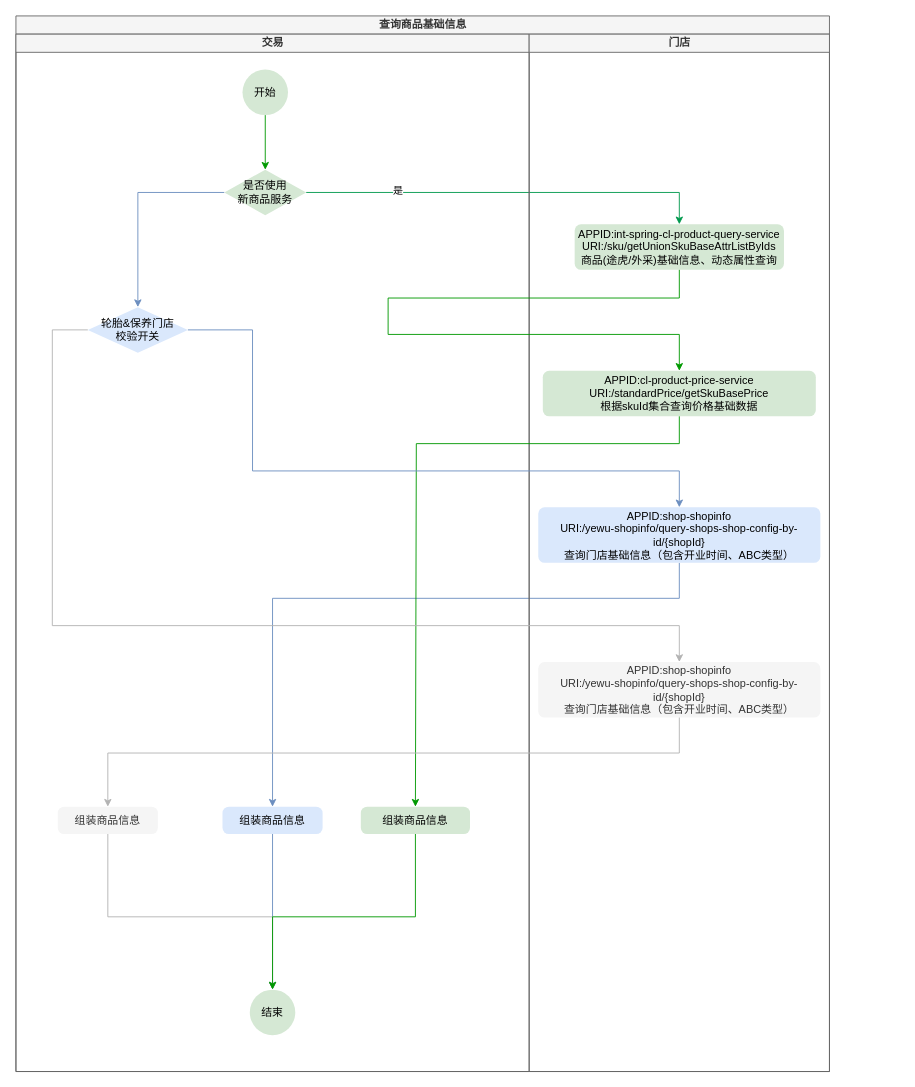
Earlier version of the draw.io diagram ProductInfo.drawio (tmdrk/springboot-brief). Source tidied: cells renumbered, new cells numbered last; positions are measured from the earlier drawing's top-left corner, leaving out a move shared by most shapes. Both pictures are drawn from the tidied source at 91%, with x=0, y=0 at pixel (15, 15).
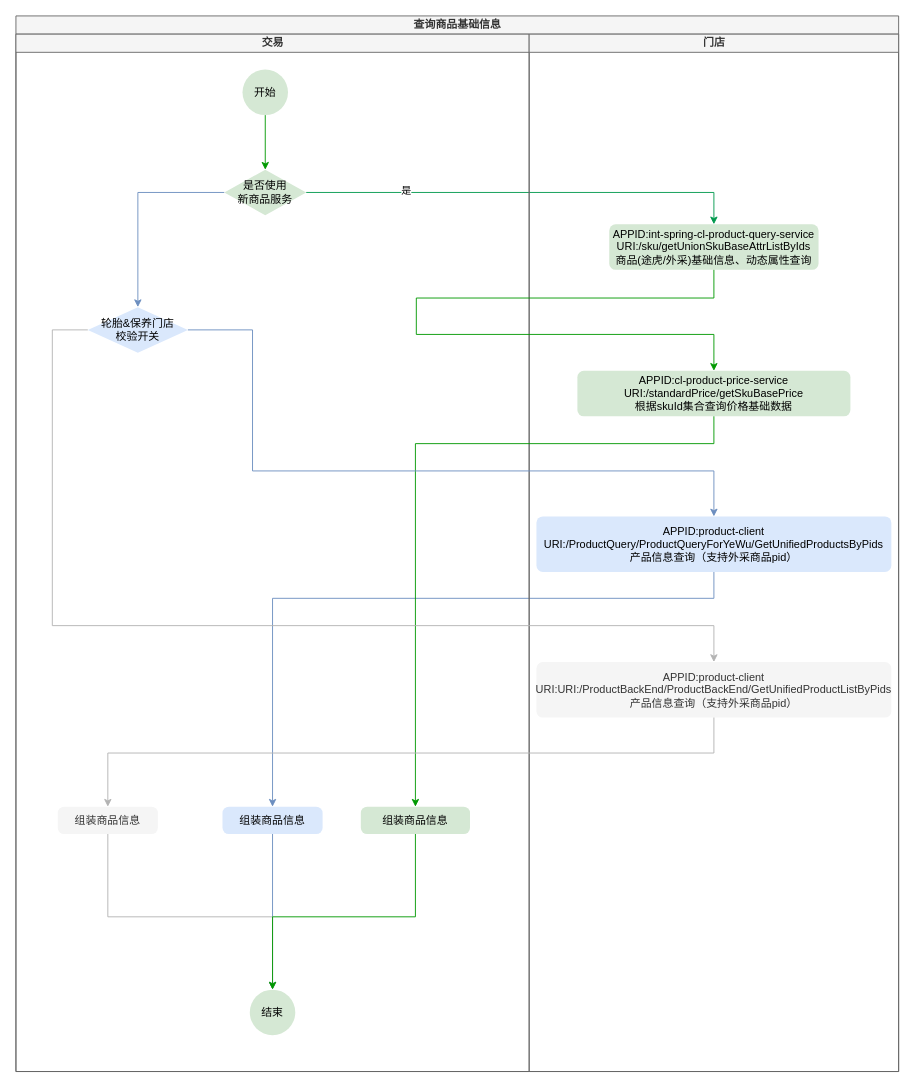
After the change.

The change refers to these unchanged cells:
```xml
<mxCell id="10" value="组装商品信息" style="rounded=1;whiteSpace=wrap;html=1;absoluteArcSize=1;arcSize=14;strokeWidth=1;align=center;strokeColor=none;fillColor=#d5e8d4;" parent="6" vertex="1">
  <mxGeometry x="379" y="849" width="120" height="30" as="geometry" />
</mxCell>
<mxCell id="12" value="组装商品信息" style="rounded=1;whiteSpace=wrap;html=1;absoluteArcSize=1;arcSize=14;strokeWidth=1;align=center;strokeColor=none;fillColor=#dae8fc;" parent="6" vertex="1">
  <mxGeometry x="227" y="849" width="110" height="30" as="geometry" />
</mxCell>
<mxCell id="14" value="轮胎&amp;amp;保养门店&lt;br&gt;校验开关" style="strokeWidth=1;html=1;shape=mxgraph.flowchart.decision;whiteSpace=wrap;fillColor=#dae8fc;strokeColor=none;" parent="6" vertex="1">
  <mxGeometry x="79" y="300" width="110" height="50" as="geometry" />
</mxCell>
<mxCell id="16" value="组装商品信息" style="rounded=1;whiteSpace=wrap;html=1;absoluteArcSize=1;arcSize=14;strokeWidth=1;align=center;strokeColor=none;fillColor=#f5f5f5;fontColor=#333333;" parent="6" vertex="1">
  <mxGeometry x="46" y="849" width="110" height="30" as="geometry" />
</mxCell>
```

Change to the diagram source:
```diff
@@
     <mxCell id="2" value="查询商品基础信息" style="swimlane;startSize=20;html=1;strokeColor=#666666;fillColor=#f5f5f5;fontColor=#333333;" parent="1" vertex="1">
-      <mxGeometry width="894" height="1160" as="geometry" />
+      <mxGeometry width="970" height="1160" as="geometry" />
     </mxCell>
@@
     <mxCell id="5" style="edgeStyle=orthogonalEdgeStyle;rounded=0;jettySize=auto;html=1;exitX=0.5;exitY=1;exitDx=0;exitDy=0;strokeColor=#6C8EBF;entryX=0.5;entryY=0;entryDx=0;entryDy=0;" parent="2" edge="1" source="21" target="12">
       <mxGeometry relative="1" as="geometry">
         <Array as="points">
-          <mxPoint x="729" y="640" />
+          <mxPoint x="767" y="640" />
           <mxPoint x="282" y="640" />
         </Array>
       </mxGeometry>
     </mxCell>
@@
     <mxCell id="19" value="门店" style="swimlane;startSize=20;html=1;fillColor=#f5f5f5;fontColor=#333333;strokeColor=#666666;" parent="2" vertex="1">
-      <mxGeometry x="564" y="20" width="330" height="1140" as="geometry" />
+      <mxGeometry x="564" y="20" width="406" height="1140" as="geometry" />
     </mxCell>
     <mxCell id="20" value="&lt;div&gt;&lt;div&gt;APPID:int-spring-cl-product-query-service&lt;/div&gt;&lt;div&gt;URI:/sku/getUnionSkuBaseAttrListByIds&lt;/div&gt;&lt;/div&gt;&lt;div&gt;商品(途虎/外采)基础信息、动态属性查询&lt;br&gt;&lt;/div&gt;" style="rounded=1;whiteSpace=wrap;html=1;absoluteArcSize=1;arcSize=14;strokeWidth=1;strokeColor=none;fillColor=#d5e8d4;" parent="19" vertex="1">
-      <mxGeometry x="50" y="209" width="230" height="50" as="geometry" />
+      <mxGeometry x="88" y="209" width="230" height="50" as="geometry" />
     </mxCell>
-    <mxCell id="21" value="&lt;div&gt;APPID:shop-shopinfo&lt;/div&gt;&lt;div&gt;URI:/yewu-shopinfo/query-shops-shop-config-by-id/{shopId}&lt;/div&gt;&lt;div&gt;查询门店基础信息（包含开业时间、ABC类型）&lt;br&gt;&lt;/div&gt;" style="rounded=1;whiteSpace=wrap;html=1;absoluteArcSize=1;arcSize=14;strokeWidth=1;strokeColor=none;fillColor=#dae8fc;" parent="19" vertex="1">
-      <mxGeometry x="10" y="520" width="310" height="61" as="geometry" />
+    <mxCell id="21" value="&lt;div&gt;&lt;div&gt;APPID:product-client&lt;/div&gt;&lt;div&gt;URI:/ProductQuery/ProductQueryForYeWu/GetUnifiedProductsByPids&lt;/div&gt;&lt;div&gt;产品信息查询（支持外采商品pid）&lt;/div&gt;&lt;/div&gt;" style="rounded=1;whiteSpace=wrap;html=1;absoluteArcSize=1;arcSize=14;strokeWidth=1;strokeColor=none;fillColor=#dae8fc;" parent="19" vertex="1">
+      <mxGeometry x="8" y="530" width="390" height="61" as="geometry" />
     </mxCell>
     <mxCell id="22" value="&lt;div&gt;&lt;div&gt;APPID:cl-product-price-service&lt;/div&gt;&lt;div&gt;URI:/standardPrice/getSkuBasePrice&lt;/div&gt;&lt;/div&gt;&lt;div&gt;根据skuId集合查询价格基础数据&lt;br&gt;&lt;/div&gt;" style="rounded=1;whiteSpace=wrap;html=1;absoluteArcSize=1;arcSize=14;strokeWidth=1;strokeColor=none;fillColor=#d5e8d4;" parent="19" vertex="1">
-      <mxGeometry x="15" y="370" width="300" height="50" as="geometry" />
+      <mxGeometry x="53" y="370" width="300" height="50" as="geometry" />
     </mxCell>
     <mxCell id="23" style="edgeStyle=orthogonalEdgeStyle;rounded=0;jettySize=auto;html=1;exitX=0.5;exitY=1;exitDx=0;exitDy=0;strokeColor=#009900;entryX=0.5;entryY=0;entryDx=0;entryDy=0;" parent="19" edge="1" source="20" target="22">
       <mxGeometry relative="1" as="geometry">
         <Array as="points">
-          <mxPoint x="165" y="290" />
-          <mxPoint x="-155" y="290" />
-          <mxPoint x="-155" y="330" />
-          <mxPoint x="165" y="330" />
+          <mxPoint x="203" y="290" />
+          <mxPoint x="-124" y="290" />
+          <mxPoint x="-124" y="330" />
+          <mxPoint x="203" y="330" />
         </Array>
       </mxGeometry>
     </mxCell>
-    <mxCell id="24" value="&lt;div&gt;APPID:shop-shopinfo&lt;/div&gt;&lt;div&gt;URI:/yewu-shopinfo/query-shops-shop-config-by-id/{shopId}&lt;/div&gt;&lt;div&gt;查询门店基础信息（包含开业时间、ABC类型）&lt;br&gt;&lt;/div&gt;" style="rounded=1;whiteSpace=wrap;html=1;absoluteArcSize=1;arcSize=14;strokeWidth=1;strokeColor=none;fillColor=#f5f5f5;fontColor=#333333;" parent="19" vertex="1">
-      <mxGeometry x="10" y="690" width="310" height="61" as="geometry" />
+    <mxCell id="24" value="&lt;div&gt;&lt;div&gt;APPID:product-client&lt;/div&gt;&lt;div&gt;URI:URI:/ProductBackEnd/ProductBackEnd/GetUnifiedProductListByPids&lt;/div&gt;&lt;div&gt;产品信息查询（支持外采商品pid）&lt;/div&gt;&lt;/div&gt;" style="rounded=1;whiteSpace=wrap;html=1;absoluteArcSize=1;arcSize=14;strokeWidth=1;strokeColor=none;fillColor=#f5f5f5;fontColor=#333333;" parent="19" vertex="1">
+      <mxGeometry x="8" y="690" width="390" height="61" as="geometry" />
     </mxCell>
-    <mxCell id="25" style="edgeStyle=orthogonalEdgeStyle;rounded=0;jettySize=auto;html=1;strokeColor=#009900;entryX=0.5;entryY=0;entryDx=0;entryDy=0;" parent="2" edge="1" source="22" target="10">
+    <mxCell id="25" style="edgeStyle=orthogonalEdgeStyle;rounded=0;jettySize=auto;html=1;strokeColor=#009900;entryX=0.5;entryY=0;entryDx=0;entryDy=0;exitX=0.5;exitY=1;exitDx=0;exitDy=0;" parent="2" edge="1" source="22" target="10">
       <mxGeometry relative="1" as="geometry">
         <Array as="points">
-          <mxPoint x="729" y="470" />
-          <mxPoint x="440" y="470" />
+          <mxPoint x="767" y="470" />
+          <mxPoint x="439" y="470" />
         </Array>
       </mxGeometry>
     </mxCell>
     <mxCell id="26" style="edgeStyle=orthogonalEdgeStyle;rounded=0;jettySize=auto;html=1;exitX=1;exitY=0.5;exitDx=0;exitDy=0;exitPerimeter=0;entryX=0.5;entryY=0;entryDx=0;entryDy=0;strokeColor=#6C8EBF;" parent="2" edge="1" source="14" target="21">
       <mxGeometry relative="1" as="geometry">
         <Array as="points">
           <mxPoint x="260" y="345" />
           <mxPoint x="260" y="500" />
-          <mxPoint x="729" y="500" />
+          <mxPoint x="767" y="500" />
         </Array>
       </mxGeometry>
     </mxCell>
     <mxCell id="27" style="edgeStyle=orthogonalEdgeStyle;rounded=0;jettySize=auto;html=1;exitX=0;exitY=0.5;exitDx=0;exitDy=0;exitPerimeter=0;strokeColor=#B3B3B3;" parent="2" edge="1" source="14" target="24">
       <mxGeometry relative="1" as="geometry">
         <Array as="points">
           <mxPoint x="40" y="345" />
           <mxPoint x="40" y="670" />
-          <mxPoint x="729" y="670" />
+          <mxPoint x="767" y="670" />
         </Array>
       </mxGeometry>
     </mxCell>
     <mxCell id="28" style="edgeStyle=orthogonalEdgeStyle;rounded=0;jettySize=auto;html=1;entryX=0.5;entryY=0;entryDx=0;entryDy=0;strokeColor=#B3B3B3;" parent="2" edge="1" source="24" target="16">
       <mxGeometry relative="1" as="geometry">
         <Array as="points">
-          <mxPoint x="729" y="810" />
+          <mxPoint x="767" y="810" />
           <mxPoint x="101" y="810" />
         </Array>
       </mxGeometry>
     </mxCell>
```
